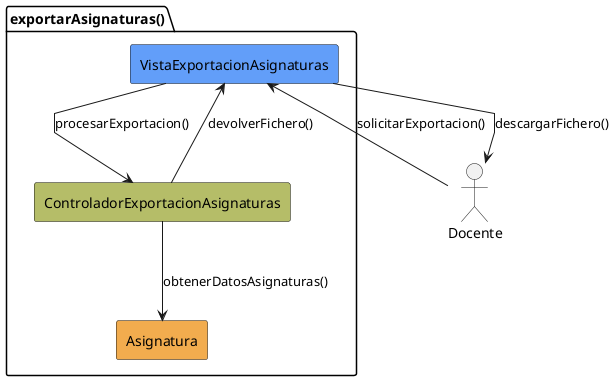
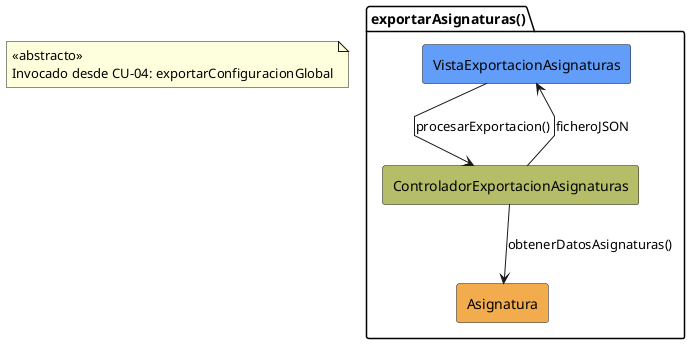
- ﻿@startuml exportarAsignaturas-analisis
+ @startuml exportarAsignaturas-analisis
skinparam linetype polyline

- actor Docente
+ note "<<abstracto>>\nInvocado desde CU-04: exportarConfiguracionGlobal" as N1
package exportarAsignaturas as "exportarAsignaturas()" {
    rectangle #629EF9 VistaExportacionAsignaturas
    rectangle #b5bd68 ControladorExportacionAsignaturas
    rectangle #F2AC4E Asignatura
}

- Docente -r-> VistaExportacionAsignaturas: solicitarExportacion()
VistaExportacionAsignaturas -d-> ControladorExportacionAsignaturas: procesarExportacion()
ControladorExportacionAsignaturas --> Asignatura: obtenerDatosAsignaturas()
- ControladorExportacionAsignaturas --> VistaExportacionAsignaturas: devolverFichero()
- VistaExportacionAsignaturas --> Docente: descargarFichero()
+ ControladorExportacionAsignaturas --> VistaExportacionAsignaturas: ficheroJSON

@enduml
